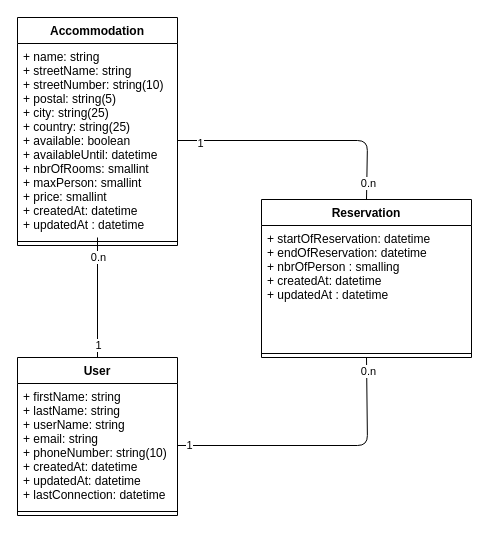
This is .docs/UML/database.drawio from Dens26/toulon_sweet_home_api, a draw.io file, before an edit. Source tidied: cells renumbered, new cells numbered last; positions are measured from the earlier drawing's top-left corner, leaving out a move shared by most shapes. Both pictures are drawn from the tidied source at 100%, with x=0, y=0 at pixel (17, 17).
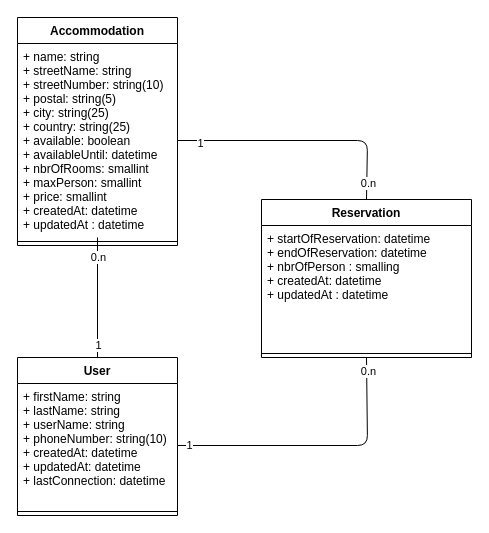
The same diagram, later.

Commit message (it also covers changes not shown here):
📦 NEW: Create and migrate database

The change refers to these unchanged cells:
```xml
<mxCell id="2" value="User" style="swimlane;fontStyle=1;align=center;verticalAlign=top;horizontal=1;startSize=26;" parent="1" vertex="1">
  <mxGeometry y="340" width="160" height="158" as="geometry" />
</mxCell>
```

Change to the diagram source:
```diff
@@
-    <mxCell id="3" value="+ firstName: string&#10;+ lastName: string&#10;+ userName: string&#10;+ email: string&#10;+ phoneNumber: string(10)&#10;+ createdAt: datetime&#10;+ updatedAt: datetime&#10;+ lastConnection: datetime" style="text;strokeColor=none;fillColor=none;align=left;verticalAlign=top;spacingLeft=4;spacingRight=4;overflow=hidden;points=[[0,0.5],[1,0.5]];portConstraint=eastwest;" parent="2" vertex="1">
+    <mxCell id="3" value="+ firstName: string&#10;+ lastName: string&#10;+ userName: string&#10;+ phoneNumber: string(10)&#10;+ createdAt: datetime&#10;+ updatedAt: datetime&#10;+ lastConnection: datetime" style="text;strokeColor=none;fillColor=none;align=left;verticalAlign=top;spacingLeft=4;spacingRight=4;overflow=hidden;points=[[0,0.5],[1,0.5]];portConstraint=eastwest;" parent="2" vertex="1">
       <mxGeometry y="26" width="160" height="124" as="geometry" />
     </mxCell>
```
